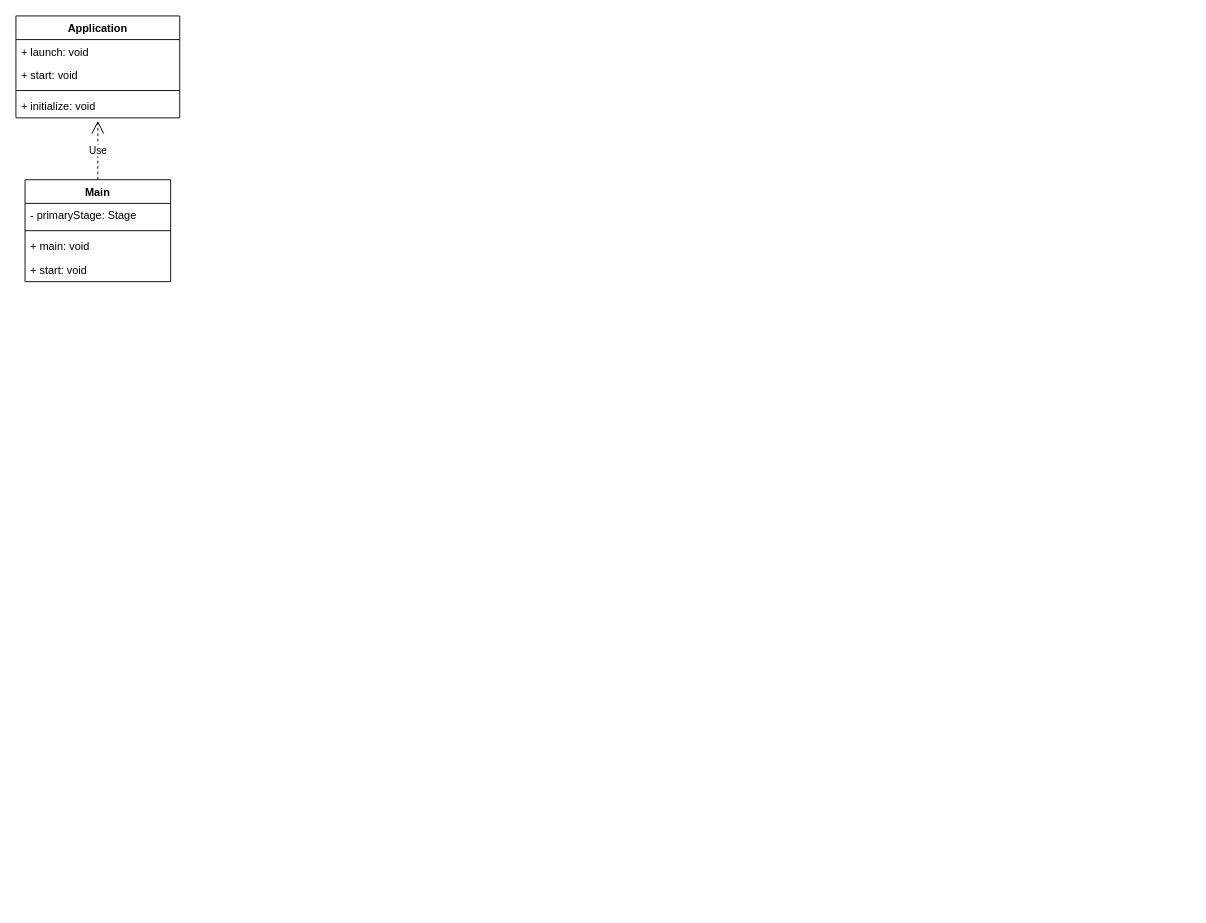
Earlier version of the draw.io diagram UML/ProjectUML.drawio (IAmVolvic/ImageViewer). Source tidied: cells renumbered, new cells numbered last; positions are measured from the earlier drawing's top-left corner, leaving out a move shared by most shapes. Both pictures are drawn from the tidied source at 91%, with x=0, y=0 at pixel (15, 15).
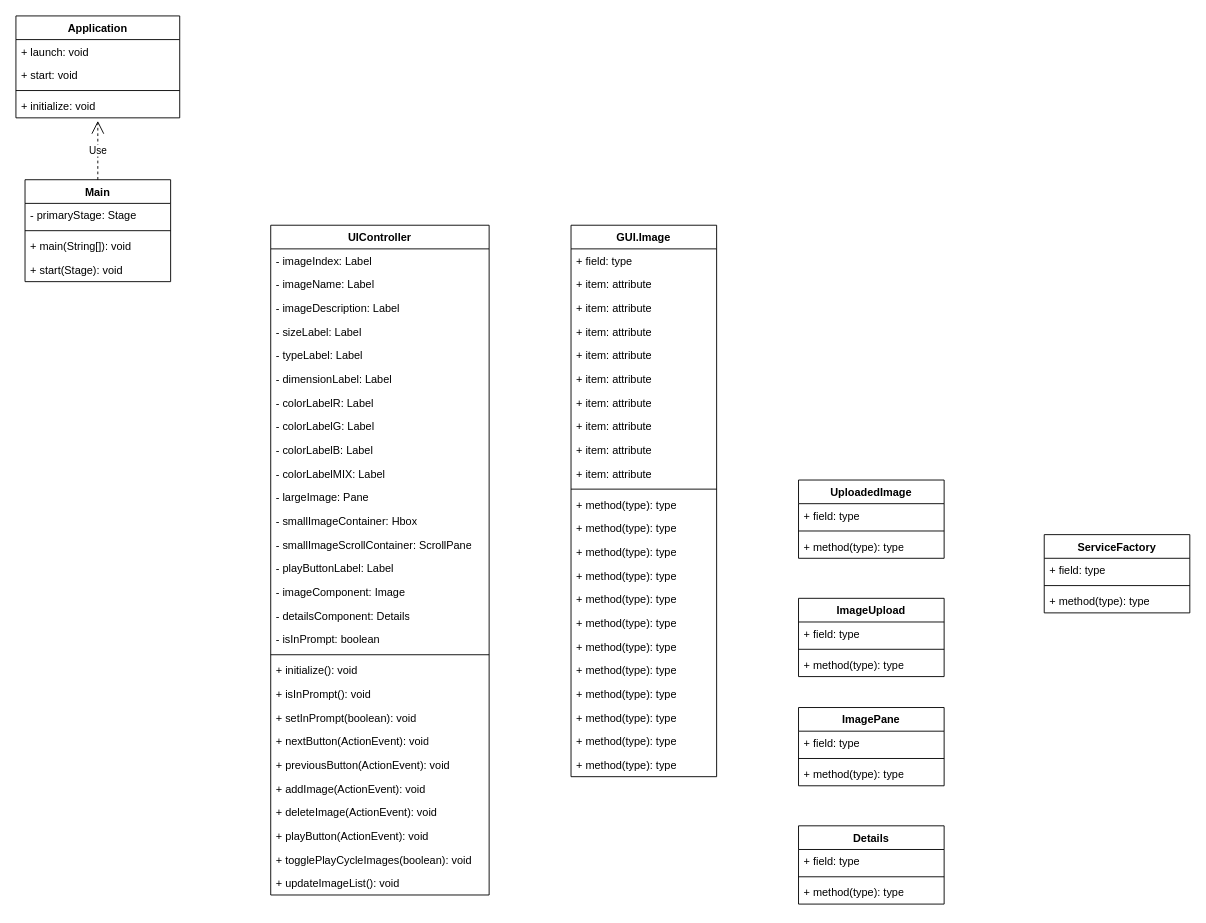
The same page after the edit.

Unchanged cells that the change refers to:
```xml
<mxCell id="7" value="Main" style="swimlane;fontStyle=1;align=center;verticalAlign=top;horizontal=1;startSize=26;whiteSpace=wrap;html=1;" parent="1" vertex="1">
  <mxGeometry x="10" y="180" width="160" height="112" as="geometry" />
</mxCell>
```

What changed in the source:
```diff
@@
-    <mxCell id="11" value="+ main: void" style="text;strokeColor=none;fillColor=none;align=left;verticalAlign=top;spacingLeft=4;spacingRight=4;overflow=hidden;whiteSpace=wrap;html=1;" parent="7" vertex="1">
+    <mxCell id="11" value="+ main(String[]): void" style="text;strokeColor=none;fillColor=none;align=left;verticalAlign=top;spacingLeft=4;spacingRight=4;overflow=hidden;whiteSpace=wrap;html=1;" parent="7" vertex="1">
       <mxGeometry y="60" width="160" height="26" as="geometry" />
     </mxCell>
-    <mxCell id="12" value="+ start: void" style="text;strokeColor=none;fillColor=none;align=left;verticalAlign=top;spacingLeft=4;spacingRight=4;overflow=hidden;whiteSpace=wrap;html=1;" parent="7" vertex="1">
+    <mxCell id="12" value="+ start(Stage): void" style="text;strokeColor=none;fillColor=none;align=left;verticalAlign=top;spacingLeft=4;spacingRight=4;overflow=hidden;whiteSpace=wrap;html=1;" parent="7" vertex="1">
       <mxGeometry y="86" width="160" height="26" as="geometry" />
     </mxCell>
+    <mxCell id="13" value="UIController" style="swimlane;fontStyle=1;align=center;verticalAlign=top;horizontal=1;startSize=26;whiteSpace=wrap;html=1;" parent="1" vertex="1">
+      <mxGeometry x="280" y="230" width="240" height="736" as="geometry" />
+    </mxCell>
+    <mxCell id="14" value="- imageIndex: Label&lt;span style=&quot;white-space: pre;&quot;&gt;&#9;&lt;/span&gt;" style="text;strokeColor=none;fillColor=none;align=left;verticalAlign=top;spacingLeft=4;spacingRight=4;overflow=hidden;whiteSpace=wrap;html=1;" parent="13" vertex="1">
+      <mxGeometry y="26" width="240" height="26" as="geometry" />
+    </mxCell>
+    <mxCell id="15" value="- imageName: Label" style="text;strokeColor=none;fillColor=none;align=left;verticalAlign=top;spacingLeft=4;spacingRight=4;overflow=hidden;whiteSpace=wrap;html=1;" parent="13" vertex="1">
+      <mxGeometry y="52" width="240" height="26" as="geometry" />
+    </mxCell>
+    <mxCell id="16" value="- imageDescription: Label" style="text;strokeColor=none;fillColor=none;align=left;verticalAlign=top;spacingLeft=4;spacingRight=4;overflow=hidden;whiteSpace=wrap;html=1;" parent="13" vertex="1">
+      <mxGeometry y="78" width="240" height="26" as="geometry" />
+    </mxCell>
+    <mxCell id="17" value="-&amp;nbsp;sizeLabel: Label" style="text;strokeColor=none;fillColor=none;align=left;verticalAlign=top;spacingLeft=4;spacingRight=4;overflow=hidden;whiteSpace=wrap;html=1;" parent="13" vertex="1">
+      <mxGeometry y="104" width="240" height="26" as="geometry" />
+    </mxCell>
+    <mxCell id="18" value="-&amp;nbsp;typeLabel: Label" style="text;strokeColor=none;fillColor=none;align=left;verticalAlign=top;spacingLeft=4;spacingRight=4;overflow=hidden;whiteSpace=wrap;html=1;" parent="13" vertex="1">
+      <mxGeometry y="130" width="240" height="26" as="geometry" />
+    </mxCell>
+    <mxCell id="19" value="-&amp;nbsp;dimensionLabel: Label" style="text;strokeColor=none;fillColor=none;align=left;verticalAlign=top;spacingLeft=4;spacingRight=4;overflow=hidden;whiteSpace=wrap;html=1;" parent="13" vertex="1">
+      <mxGeometry y="156" width="240" height="26" as="geometry" />
+    </mxCell>
+    <mxCell id="20" value="-&amp;nbsp;colorLabelR: Label" style="text;strokeColor=none;fillColor=none;align=left;verticalAlign=top;spacingLeft=4;spacingRight=4;overflow=hidden;whiteSpace=wrap;html=1;" parent="13" vertex="1">
+      <mxGeometry y="182" width="240" height="26" as="geometry" />
+    </mxCell>
+    <mxCell id="21" value="-&amp;nbsp;colorLabelG: Label" style="text;strokeColor=none;fillColor=none;align=left;verticalAlign=top;spacingLeft=4;spacingRight=4;overflow=hidden;whiteSpace=wrap;html=1;" parent="13" vertex="1">
+      <mxGeometry y="208" width="240" height="26" as="geometry" />
+    </mxCell>
+    <mxCell id="22" value="-&amp;nbsp;colorLabelB: Label" style="text;strokeColor=none;fillColor=none;align=left;verticalAlign=top;spacingLeft=4;spacingRight=4;overflow=hidden;whiteSpace=wrap;html=1;" parent="13" vertex="1">
+      <mxGeometry y="234" width="240" height="26" as="geometry" />
+    </mxCell>
+    <mxCell id="23" value="-&amp;nbsp;colorLabelMIX: Label" style="text;strokeColor=none;fillColor=none;align=left;verticalAlign=top;spacingLeft=4;spacingRight=4;overflow=hidden;whiteSpace=wrap;html=1;" parent="13" vertex="1">
+      <mxGeometry y="260" width="240" height="26" as="geometry" />
+    </mxCell>
+    <mxCell id="24" value="-&amp;nbsp;largeImage: Pane" style="text;strokeColor=none;fillColor=none;align=left;verticalAlign=top;spacingLeft=4;spacingRight=4;overflow=hidden;whiteSpace=wrap;html=1;" parent="13" vertex="1">
+      <mxGeometry y="286" width="240" height="26" as="geometry" />
+    </mxCell>
+    <mxCell id="25" value="-&amp;nbsp;smallImageContainer: Hbox" style="text;strokeColor=none;fillColor=none;align=left;verticalAlign=top;spacingLeft=4;spacingRight=4;overflow=hidden;whiteSpace=wrap;html=1;" parent="13" vertex="1">
+      <mxGeometry y="312" width="240" height="26" as="geometry" />
+    </mxCell>
+    <mxCell id="26" value="-&amp;nbsp;smallImageScrollContainer: ScrollPane" style="text;strokeColor=none;fillColor=none;align=left;verticalAlign=top;spacingLeft=4;spacingRight=4;overflow=hidden;whiteSpace=wrap;html=1;" parent="13" vertex="1">
+      <mxGeometry y="338" width="240" height="26" as="geometry" />
+    </mxCell>
+    <mxCell id="27" value="-&amp;nbsp;playButtonLabel: Label" style="text;strokeColor=none;fillColor=none;align=left;verticalAlign=top;spacingLeft=4;spacingRight=4;overflow=hidden;whiteSpace=wrap;html=1;" parent="13" vertex="1">
+      <mxGeometry y="364" width="240" height="26" as="geometry" />
+    </mxCell>
+    <mxCell id="28" value="-&amp;nbsp;imageComponent: Image" style="text;strokeColor=none;fillColor=none;align=left;verticalAlign=top;spacingLeft=4;spacingRight=4;overflow=hidden;whiteSpace=wrap;html=1;" parent="13" vertex="1">
+      <mxGeometry y="390" width="240" height="26" as="geometry" />
+    </mxCell>
+    <mxCell id="29" value="-&amp;nbsp;detailsComponent: Details" style="text;strokeColor=none;fillColor=none;align=left;verticalAlign=top;spacingLeft=4;spacingRight=4;overflow=hidden;whiteSpace=wrap;html=1;" parent="13" vertex="1">
+      <mxGeometry y="416" width="240" height="26" as="geometry" />
+    </mxCell>
+    <mxCell id="30" value="-&amp;nbsp;isInPrompt: boolean" style="text;strokeColor=none;fillColor=none;align=left;verticalAlign=top;spacingLeft=4;spacingRight=4;overflow=hidden;whiteSpace=wrap;html=1;" parent="13" vertex="1">
+      <mxGeometry y="442" width="240" height="26" as="geometry" />
+    </mxCell>
+    <mxCell id="31" style="line;strokeWidth=1;fillColor=none;align=left;verticalAlign=middle;spacingTop=-1;spacingLeft=3;spacingRight=3;labelPosition=right;strokeColor=inherit;" parent="13" vertex="1">
+      <mxGeometry y="468" width="240" height="8" as="geometry" />
+    </mxCell>
+    <mxCell id="32" value="+ initialize(): void" style="text;strokeColor=none;fillColor=none;align=left;verticalAlign=top;spacingLeft=4;spacingRight=4;overflow=hidden;whiteSpace=wrap;html=1;" parent="13" vertex="1">
+      <mxGeometry y="476" width="240" height="26" as="geometry" />
+    </mxCell>
+    <mxCell id="33" value="+&amp;nbsp;isInPrompt(): void" style="text;strokeColor=none;fillColor=none;align=left;verticalAlign=top;spacingLeft=4;spacingRight=4;overflow=hidden;whiteSpace=wrap;html=1;" parent="13" vertex="1">
+      <mxGeometry y="502" width="240" height="26" as="geometry" />
+    </mxCell>
+    <mxCell id="34" value="+&amp;nbsp;setInPrompt(boolean): void" style="text;strokeColor=none;fillColor=none;align=left;verticalAlign=top;spacingLeft=4;spacingRight=4;overflow=hidden;whiteSpace=wrap;html=1;" parent="13" vertex="1">
+      <mxGeometry y="528" width="240" height="26" as="geometry" />
+    </mxCell>
+    <mxCell id="35" value="+&amp;nbsp;nextButton(ActionEvent): void" style="text;strokeColor=none;fillColor=none;align=left;verticalAlign=top;spacingLeft=4;spacingRight=4;overflow=hidden;whiteSpace=wrap;html=1;" parent="13" vertex="1">
+      <mxGeometry y="554" width="240" height="26" as="geometry" />
+    </mxCell>
+    <mxCell id="36" value="+&amp;nbsp;previousButton(ActionEvent): void" style="text;strokeColor=none;fillColor=none;align=left;verticalAlign=top;spacingLeft=4;spacingRight=4;overflow=hidden;whiteSpace=wrap;html=1;" parent="13" vertex="1">
+      <mxGeometry y="580" width="240" height="26" as="geometry" />
+    </mxCell>
+    <mxCell id="37" value="+&amp;nbsp;addImage(ActionEvent): void" style="text;strokeColor=none;fillColor=none;align=left;verticalAlign=top;spacingLeft=4;spacingRight=4;overflow=hidden;whiteSpace=wrap;html=1;" parent="13" vertex="1">
+      <mxGeometry y="606" width="240" height="26" as="geometry" />
+    </mxCell>
+    <mxCell id="38" value="+&amp;nbsp;deleteImage(ActionEvent): void" style="text;strokeColor=none;fillColor=none;align=left;verticalAlign=top;spacingLeft=4;spacingRight=4;overflow=hidden;whiteSpace=wrap;html=1;" parent="13" vertex="1">
+      <mxGeometry y="632" width="240" height="26" as="geometry" />
+    </mxCell>
+    <mxCell id="39" value="+&amp;nbsp;playButton(ActionEvent): void" style="text;strokeColor=none;fillColor=none;align=left;verticalAlign=top;spacingLeft=4;spacingRight=4;overflow=hidden;whiteSpace=wrap;html=1;" parent="13" vertex="1">
+      <mxGeometry y="658" width="240" height="26" as="geometry" />
+    </mxCell>
+    <mxCell id="40" value="+&amp;nbsp;togglePlayCycleImages(boolean): void" style="text;strokeColor=none;fillColor=none;align=left;verticalAlign=top;spacingLeft=4;spacingRight=4;overflow=hidden;whiteSpace=wrap;html=1;" parent="13" vertex="1">
+      <mxGeometry y="684" width="240" height="26" as="geometry" />
+    </mxCell>
+    <mxCell id="41" value="+&amp;nbsp;updateImageList(): void" style="text;strokeColor=none;fillColor=none;align=left;verticalAlign=top;spacingLeft=4;spacingRight=4;overflow=hidden;whiteSpace=wrap;html=1;" parent="13" vertex="1">
+      <mxGeometry y="710" width="240" height="26" as="geometry" />
+    </mxCell>
+    <mxCell id="42" value="UploadedImage" style="swimlane;fontStyle=1;align=center;verticalAlign=top;horizontal=1;startSize=26;whiteSpace=wrap;html=1;" parent="1" vertex="1">
+      <mxGeometry x="860" y="510" width="160" height="86" as="geometry" />
+    </mxCell>
+    <mxCell id="43" value="+ field: type" style="text;strokeColor=none;fillColor=none;align=left;verticalAlign=top;spacingLeft=4;spacingRight=4;overflow=hidden;whiteSpace=wrap;html=1;" parent="42" vertex="1">
+      <mxGeometry y="26" width="160" height="26" as="geometry" />
+    </mxCell>
+    <mxCell id="44" style="line;strokeWidth=1;fillColor=none;align=left;verticalAlign=middle;spacingTop=-1;spacingLeft=3;spacingRight=3;labelPosition=right;strokeColor=inherit;" parent="42" vertex="1">
+      <mxGeometry y="52" width="160" height="8" as="geometry" />
+    </mxCell>
+    <mxCell id="45" value="+ method(type): type" style="text;strokeColor=none;fillColor=none;align=left;verticalAlign=top;spacingLeft=4;spacingRight=4;overflow=hidden;whiteSpace=wrap;html=1;" parent="42" vertex="1">
+      <mxGeometry y="60" width="160" height="26" as="geometry" />
+    </mxCell>
+    <mxCell id="46" value="ImageUpload" style="swimlane;fontStyle=1;align=center;verticalAlign=top;horizontal=1;startSize=26;whiteSpace=wrap;html=1;" parent="1" vertex="1">
+      <mxGeometry x="860" y="640" width="160" height="86" as="geometry" />
+    </mxCell>
+    <mxCell id="47" value="+ field: type" style="text;strokeColor=none;fillColor=none;align=left;verticalAlign=top;spacingLeft=4;spacingRight=4;overflow=hidden;whiteSpace=wrap;html=1;" parent="46" vertex="1">
+      <mxGeometry y="26" width="160" height="26" as="geometry" />
+    </mxCell>
+    <mxCell id="48" style="line;strokeWidth=1;fillColor=none;align=left;verticalAlign=middle;spacingTop=-1;spacingLeft=3;spacingRight=3;labelPosition=right;strokeColor=inherit;" parent="46" vertex="1">
+      <mxGeometry y="52" width="160" height="8" as="geometry" />
+    </mxCell>
+    <mxCell id="49" value="+ method(type): type" style="text;strokeColor=none;fillColor=none;align=left;verticalAlign=top;spacingLeft=4;spacingRight=4;overflow=hidden;whiteSpace=wrap;html=1;" parent="46" vertex="1">
+      <mxGeometry y="60" width="160" height="26" as="geometry" />
+    </mxCell>
+    <mxCell id="50" value="ImagePane" style="swimlane;fontStyle=1;align=center;verticalAlign=top;horizontal=1;startSize=26;whiteSpace=wrap;html=1;" parent="1" vertex="1">
+      <mxGeometry x="860" y="760" width="160" height="86" as="geometry" />
+    </mxCell>
+    <mxCell id="51" value="+ field: type" style="text;strokeColor=none;fillColor=none;align=left;verticalAlign=top;spacingLeft=4;spacingRight=4;overflow=hidden;whiteSpace=wrap;html=1;" parent="50" vertex="1">
+      <mxGeometry y="26" width="160" height="26" as="geometry" />
+    </mxCell>
+    <mxCell id="52" style="line;strokeWidth=1;fillColor=none;align=left;verticalAlign=middle;spacingTop=-1;spacingLeft=3;spacingRight=3;labelPosition=right;strokeColor=inherit;" parent="50" vertex="1">
+      <mxGeometry y="52" width="160" height="8" as="geometry" />
+    </mxCell>
+    <mxCell id="53" value="+ method(type): type" style="text;strokeColor=none;fillColor=none;align=left;verticalAlign=top;spacingLeft=4;spacingRight=4;overflow=hidden;whiteSpace=wrap;html=1;" parent="50" vertex="1">
+      <mxGeometry y="60" width="160" height="26" as="geometry" />
+    </mxCell>
+    <mxCell id="54" value="GUI.Image" style="swimlane;fontStyle=1;align=center;verticalAlign=top;horizontal=1;startSize=26;whiteSpace=wrap;html=1;" parent="1" vertex="1">
+      <mxGeometry x="610" y="230" width="160" height="606" as="geometry" />
+    </mxCell>
+    <mxCell id="55" value="+ field: type" style="text;strokeColor=none;fillColor=none;align=left;verticalAlign=top;spacingLeft=4;spacingRight=4;overflow=hidden;whiteSpace=wrap;html=1;" parent="54" vertex="1">
+      <mxGeometry y="26" width="160" height="26" as="geometry" />
+    </mxCell>
+    <mxCell id="56" value="+ item: attribute" style="text;strokeColor=none;fillColor=none;align=left;verticalAlign=top;spacingLeft=4;spacingRight=4;overflow=hidden;whiteSpace=wrap;html=1;" parent="54" vertex="1">
+      <mxGeometry y="52" width="160" height="26" as="geometry" />
+    </mxCell>
+    <mxCell id="57" value="+ item: attribute" style="text;strokeColor=none;fillColor=none;align=left;verticalAlign=top;spacingLeft=4;spacingRight=4;overflow=hidden;whiteSpace=wrap;html=1;" parent="54" vertex="1">
+      <mxGeometry y="78" width="160" height="26" as="geometry" />
+    </mxCell>
+    <mxCell id="58" value="+ item: attribute" style="text;strokeColor=none;fillColor=none;align=left;verticalAlign=top;spacingLeft=4;spacingRight=4;overflow=hidden;whiteSpace=wrap;html=1;" parent="54" vertex="1">
+      <mxGeometry y="104" width="160" height="26" as="geometry" />
+    </mxCell>
+    <mxCell id="59" value="+ item: attribute" style="text;strokeColor=none;fillColor=none;align=left;verticalAlign=top;spacingLeft=4;spacingRight=4;overflow=hidden;whiteSpace=wrap;html=1;" parent="54" vertex="1">
+      <mxGeometry y="130" width="160" height="26" as="geometry" />
+    </mxCell>
+    <mxCell id="60" value="+ item: attribute" style="text;strokeColor=none;fillColor=none;align=left;verticalAlign=top;spacingLeft=4;spacingRight=4;overflow=hidden;whiteSpace=wrap;html=1;" parent="54" vertex="1">
+      <mxGeometry y="156" width="160" height="26" as="geometry" />
+    </mxCell>
+    <mxCell id="61" value="+ item: attribute" style="text;strokeColor=none;fillColor=none;align=left;verticalAlign=top;spacingLeft=4;spacingRight=4;overflow=hidden;whiteSpace=wrap;html=1;" parent="54" vertex="1">
+      <mxGeometry y="182" width="160" height="26" as="geometry" />
+    </mxCell>
+    <mxCell id="62" value="+ item: attribute" style="text;strokeColor=none;fillColor=none;align=left;verticalAlign=top;spacingLeft=4;spacingRight=4;overflow=hidden;whiteSpace=wrap;html=1;" parent="54" vertex="1">
+      <mxGeometry y="208" width="160" height="26" as="geometry" />
+    </mxCell>
+    <mxCell id="63" value="+ item: attribute" style="text;strokeColor=none;fillColor=none;align=left;verticalAlign=top;spacingLeft=4;spacingRight=4;overflow=hidden;whiteSpace=wrap;html=1;" parent="54" vertex="1">
+      <mxGeometry y="234" width="160" height="26" as="geometry" />
+    </mxCell>
+    <mxCell id="64" value="+ item: attribute" style="text;strokeColor=none;fillColor=none;align=left;verticalAlign=top;spacingLeft=4;spacingRight=4;overflow=hidden;whiteSpace=wrap;html=1;" parent="54" vertex="1">
+      <mxGeometry y="260" width="160" height="26" as="geometry" />
+    </mxCell>
+    <mxCell id="65" style="line;strokeWidth=1;fillColor=none;align=left;verticalAlign=middle;spacingTop=-1;spacingLeft=3;spacingRight=3;labelPosition=right;strokeColor=inherit;" parent="54" vertex="1">
+      <mxGeometry y="286" width="160" height="8" as="geometry" />
+    </mxCell>
+    <mxCell id="66" value="+ method(type): type" style="text;strokeColor=none;fillColor=none;align=left;verticalAlign=top;spacingLeft=4;spacingRight=4;overflow=hidden;whiteSpace=wrap;html=1;" parent="54" vertex="1">
+      <mxGeometry y="294" width="160" height="26" as="geometry" />
+    </mxCell>
+    <mxCell id="67" value="+ method(type): type" style="text;strokeColor=none;fillColor=none;align=left;verticalAlign=top;spacingLeft=4;spacingRight=4;overflow=hidden;whiteSpace=wrap;html=1;" parent="54" vertex="1">
+      <mxGeometry y="320" width="160" height="26" as="geometry" />
+    </mxCell>
+    <mxCell id="68" value="+ method(type): type" style="text;strokeColor=none;fillColor=none;align=left;verticalAlign=top;spacingLeft=4;spacingRight=4;overflow=hidden;whiteSpace=wrap;html=1;" parent="54" vertex="1">
+      <mxGeometry y="346" width="160" height="26" as="geometry" />
+    </mxCell>
+    <mxCell id="69" value="+ method(type): type" style="text;strokeColor=none;fillColor=none;align=left;verticalAlign=top;spacingLeft=4;spacingRight=4;overflow=hidden;whiteSpace=wrap;html=1;" parent="54" vertex="1">
+      <mxGeometry y="372" width="160" height="26" as="geometry" />
+    </mxCell>
+    <mxCell id="70" value="+ method(type): type" style="text;strokeColor=none;fillColor=none;align=left;verticalAlign=top;spacingLeft=4;spacingRight=4;overflow=hidden;whiteSpace=wrap;html=1;" parent="54" vertex="1">
+      <mxGeometry y="398" width="160" height="26" as="geometry" />
+    </mxCell>
+    <mxCell id="71" value="+ method(type): type" style="text;strokeColor=none;fillColor=none;align=left;verticalAlign=top;spacingLeft=4;spacingRight=4;overflow=hidden;whiteSpace=wrap;html=1;" parent="54" vertex="1">
+      <mxGeometry y="424" width="160" height="26" as="geometry" />
+    </mxCell>
+    <mxCell id="72" value="+ method(type): type" style="text;strokeColor=none;fillColor=none;align=left;verticalAlign=top;spacingLeft=4;spacingRight=4;overflow=hidden;whiteSpace=wrap;html=1;" parent="54" vertex="1">
+      <mxGeometry y="450" width="160" height="26" as="geometry" />
+    </mxCell>
+    <mxCell id="73" value="+ method(type): type" style="text;strokeColor=none;fillColor=none;align=left;verticalAlign=top;spacingLeft=4;spacingRight=4;overflow=hidden;whiteSpace=wrap;html=1;" parent="54" vertex="1">
+      <mxGeometry y="476" width="160" height="26" as="geometry" />
+    </mxCell>
+    <mxCell id="74" value="+ method(type): type" style="text;strokeColor=none;fillColor=none;align=left;verticalAlign=top;spacingLeft=4;spacingRight=4;overflow=hidden;whiteSpace=wrap;html=1;" parent="54" vertex="1">
+      <mxGeometry y="502" width="160" height="26" as="geometry" />
+    </mxCell>
+    <mxCell id="75" value="+ method(type): type" style="text;strokeColor=none;fillColor=none;align=left;verticalAlign=top;spacingLeft=4;spacingRight=4;overflow=hidden;whiteSpace=wrap;html=1;" parent="54" vertex="1">
+      <mxGeometry y="528" width="160" height="26" as="geometry" />
+    </mxCell>
+    <mxCell id="76" value="+ method(type): type" style="text;strokeColor=none;fillColor=none;align=left;verticalAlign=top;spacingLeft=4;spacingRight=4;overflow=hidden;whiteSpace=wrap;html=1;" parent="54" vertex="1">
+      <mxGeometry y="554" width="160" height="26" as="geometry" />
+    </mxCell>
+    <mxCell id="77" value="+ method(type): type" style="text;strokeColor=none;fillColor=none;align=left;verticalAlign=top;spacingLeft=4;spacingRight=4;overflow=hidden;whiteSpace=wrap;html=1;" parent="54" vertex="1">
+      <mxGeometry y="580" width="160" height="26" as="geometry" />
+    </mxCell>
+    <mxCell id="78" value="Details" style="swimlane;fontStyle=1;align=center;verticalAlign=top;horizontal=1;startSize=26;whiteSpace=wrap;html=1;" parent="1" vertex="1">
+      <mxGeometry x="860" y="890" width="160" height="86" as="geometry" />
+    </mxCell>
+    <mxCell id="79" value="+ field: type" style="text;strokeColor=none;fillColor=none;align=left;verticalAlign=top;spacingLeft=4;spacingRight=4;overflow=hidden;whiteSpace=wrap;html=1;" parent="78" vertex="1">
+      <mxGeometry y="26" width="160" height="26" as="geometry" />
+    </mxCell>
+    <mxCell id="80" style="line;strokeWidth=1;fillColor=none;align=left;verticalAlign=middle;spacingTop=-1;spacingLeft=3;spacingRight=3;labelPosition=right;strokeColor=inherit;" parent="78" vertex="1">
+      <mxGeometry y="52" width="160" height="8" as="geometry" />
+    </mxCell>
+    <mxCell id="81" value="+ method(type): type" style="text;strokeColor=none;fillColor=none;align=left;verticalAlign=top;spacingLeft=4;spacingRight=4;overflow=hidden;whiteSpace=wrap;html=1;" parent="78" vertex="1">
+      <mxGeometry y="60" width="160" height="26" as="geometry" />
+    </mxCell>
+    <mxCell id="82" value="ServiceFactory" style="swimlane;fontStyle=1;align=center;verticalAlign=top;horizontal=1;startSize=26;whiteSpace=wrap;html=1;" parent="1" vertex="1">
+      <mxGeometry x="1130" y="570" width="160" height="86" as="geometry" />
+    </mxCell>
+    <mxCell id="83" value="+ field: type" style="text;strokeColor=none;fillColor=none;align=left;verticalAlign=top;spacingLeft=4;spacingRight=4;overflow=hidden;whiteSpace=wrap;html=1;" parent="82" vertex="1">
+      <mxGeometry y="26" width="160" height="26" as="geometry" />
+    </mxCell>
+    <mxCell id="84" style="line;strokeWidth=1;fillColor=none;align=left;verticalAlign=middle;spacingTop=-1;spacingLeft=3;spacingRight=3;labelPosition=right;strokeColor=inherit;" parent="82" vertex="1">
+      <mxGeometry y="52" width="160" height="8" as="geometry" />
+    </mxCell>
+    <mxCell id="85" value="+ method(type): type" style="text;strokeColor=none;fillColor=none;align=left;verticalAlign=top;spacingLeft=4;spacingRight=4;overflow=hidden;whiteSpace=wrap;html=1;" parent="82" vertex="1">
+      <mxGeometry y="60" width="160" height="26" as="geometry" />
+    </mxCell>
```
